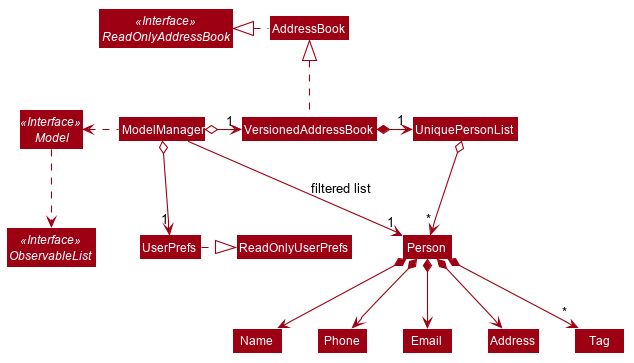
This is docs/images/ModelClassDiagram.png from se-edu/addressbook-level4, a PlantUML export, as it was before one commit. Its source is kept beside it as docs/diagrams/ModelClassDiagram.puml. Source of this version:
```plantuml
@startuml
!include style.puml
skinparam arrowThickness 1.1
skinparam arrowColor MODEL_COLOR
skinparam classBackgroundColor MODEL_COLOR

Interface ReadOnlyAddressBook <<Interface>>
Interface Model <<Interface>>
Interface ObservableList <<Interface>>

AddressBook .left.|> ReadOnlyAddressBook
VersionedAddressBook .up.|> AddressBook

ModelManager .left.> Model
Model ..> ObservableList
ModelManager o-right-> "1" VersionedAddressBook
ModelManager o-right-> "1" UserPrefs
UserPrefs .right.|> ReadOnlyUserPrefs
VersionedAddressBook -[hidden]down- UserPrefs

VersionedAddressBook *-> "1" UniquePersonList
UniquePersonList o--> "*" Person
Person *--> Name
Person *--> Phone
Person *--> Email
Person *--> Address
Person *--> "*" Tag

ModelManager -->"1" Person : filtered list
@enduml
```
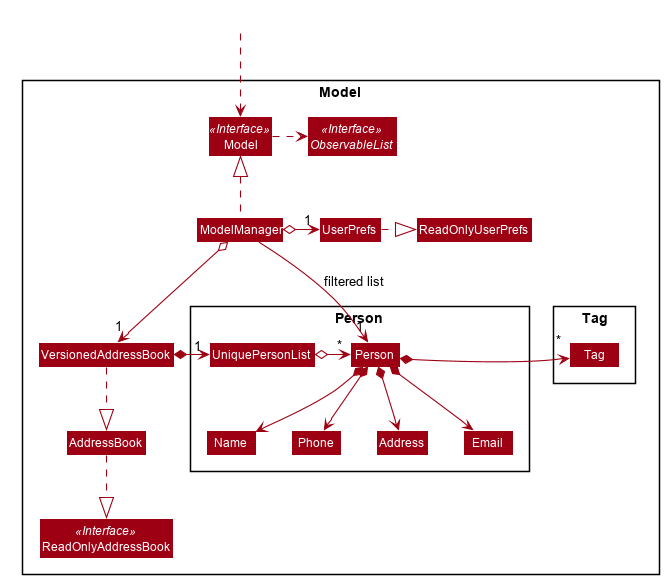
The same diagram one commit later.

Change to the diagram source:
```diff
@@ -4,27 +4,57 @@
 skinparam arrowColor MODEL_COLOR
 skinparam classBackgroundColor MODEL_COLOR
 
+Package Model <<Rectangle>>{
 Interface ReadOnlyAddressBook <<Interface>>
 Interface Model <<Interface>>
 Interface ObservableList <<Interface>>
+Class AddressBook
+Class ReadOnlyAddressBook
+Class Model
+Class ModelManager
+Class UserPrefs
+Class ReadOnlyUserPrefs
+Class VersionedAddressBook
 
-AddressBook .left.|> ReadOnlyAddressBook
-VersionedAddressBook .up.|> AddressBook
+Package Person {
+Class Person
+Class Address
+Class Email
+Class Name
+Class Phone
+Class UniquePersonList
+}
 
-ModelManager .left.> Model
-Model ..> ObservableList
-ModelManager o-right-> "1" VersionedAddressBook
+Package Tag {
+Class Tag
+}
+}
+
+Class HiddenOutside #FFFFFF
+HiddenOutside ..> Model
+
+AddressBook ..|> ReadOnlyAddressBook
+VersionedAddressBook ..|> AddressBook
+
+ModelManager .up.|> Model
+Model .right.> ObservableList
+ModelManager o--> "1" VersionedAddressBook
 ModelManager o-right-> "1" UserPrefs
 UserPrefs .right.|> ReadOnlyUserPrefs
-VersionedAddressBook -[hidden]down- UserPrefs
 
-VersionedAddressBook *-> "1" UniquePersonList
-UniquePersonList o--> "*" Person
+VersionedAddressBook *-right-> "1" UniquePersonList
+UniquePersonList o--right> "*" Person
 Person *--> Name
 Person *--> Phone
 Person *--> Email
 Person *--> Address
-Person *--> "*" Tag
+Person *-right-> "*" Tag
+
+Name -[hidden]right-> Phone
+Phone -[hidden]right-> Address
+Address -[hidden]right-> Email
+
+
 
 ModelManager -->"1" Person : filtered list
 @enduml
```
